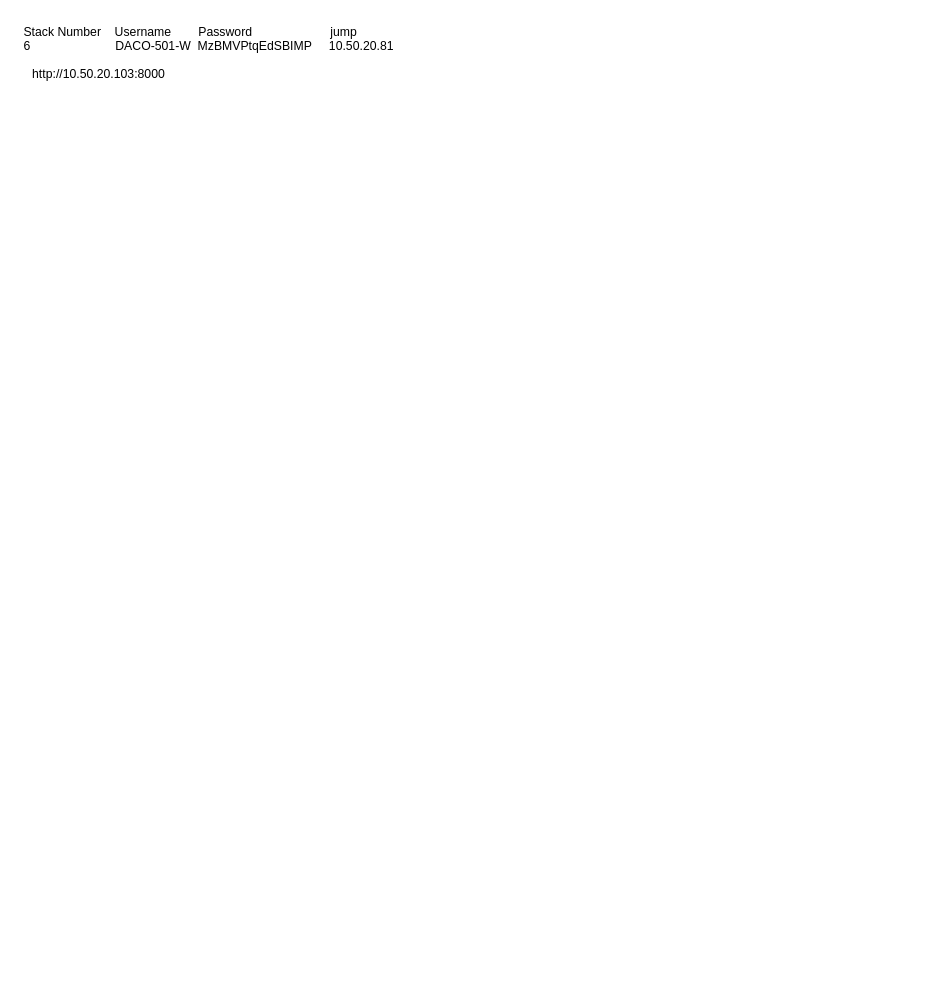
Earlier version of the draw.io diagram CCTCSec-Diagram.drawio (Animate3045/CCTCSec). Source tidied: cells renumbered, new cells numbered last; positions are measured from the earlier drawing's top-left corner, leaving out a move shared by most shapes. Both pictures are drawn from the tidied source at 102%, with x=0, y=0 at pixel (21, 17).
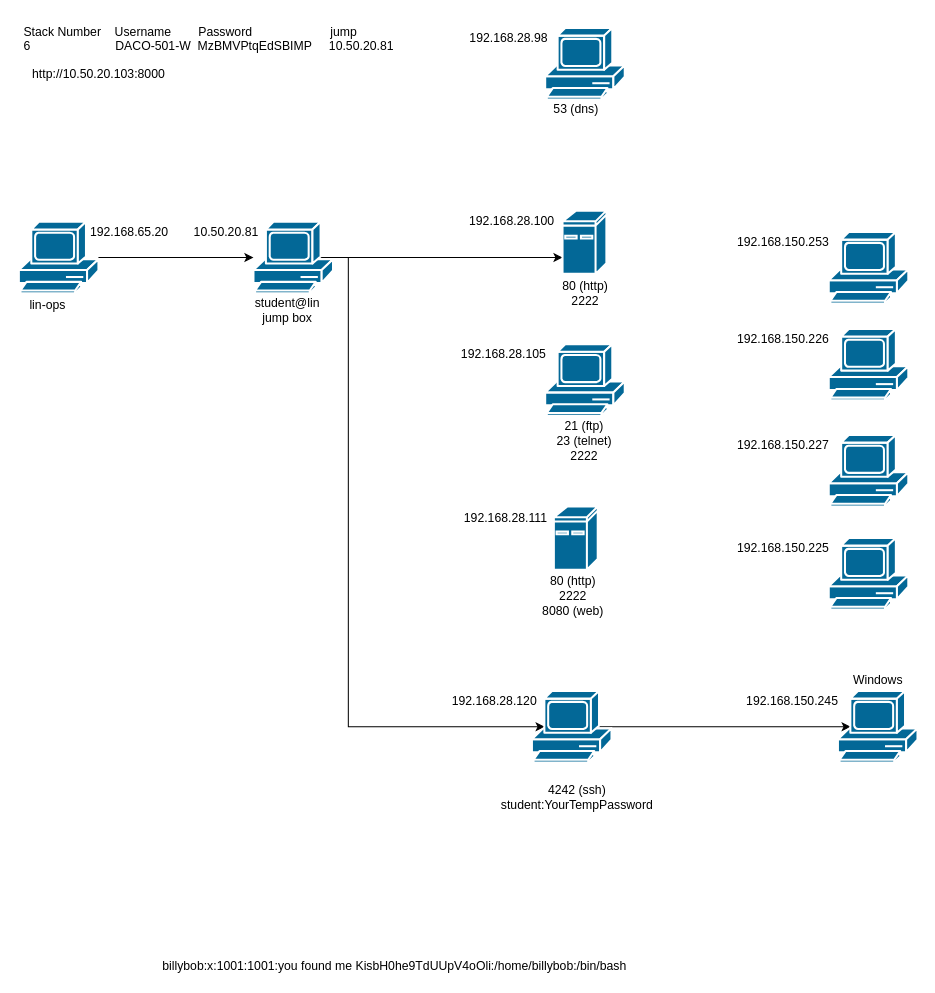
The same diagram, later.

Change to the diagram source:
```diff
@@
+    <mxCell id="4" style="edgeStyle=orthogonalEdgeStyle;rounded=0;jettySize=auto;html=1;" parent="1" edge="1" source="5" target="9">
+      <mxGeometry relative="1" as="geometry" />
+    </mxCell>
+    <mxCell id="5" style="shape=mxgraph.cisco.computers_and_peripherals.pc;html=1;dashed=0;fillColor=#036897;strokeColor=#ffffff;strokeWidth=2;verticalLabelPosition=bottom;verticalAlign=top;align=center;outlineConnect=0;" parent="1" vertex="1">
+      <mxGeometry x="-3" y="200" width="78" height="70" as="geometry" />
+    </mxCell>
+    <mxCell id="6" value="lin-ops" style="text;html=1;align=center;verticalAlign=middle;" parent="1" vertex="1">
+      <mxGeometry y="272" width="50" height="20" as="geometry" />
+    </mxCell>
+    <mxCell id="7" style="edgeStyle=orthogonalEdgeStyle;rounded=0;jettySize=auto;html=1;exitX=0.83;exitY=0.5;exitDx=0;exitDy=0;exitPerimeter=0;" parent="1" edge="1" source="9">
+      <mxGeometry relative="1" as="geometry">
+        <mxPoint x="530" y="235" as="targetPoint" />
+      </mxGeometry>
+    </mxCell>
+    <mxCell id="8" style="edgeStyle=orthogonalEdgeStyle;rounded=0;jettySize=auto;html=1;exitX=0.83;exitY=0.5;exitDx=0;exitDy=0;exitPerimeter=0;entryX=0.16;entryY=0.5;entryDx=0;entryDy=0;entryPerimeter=0;" parent="1" edge="1" source="9" target="26">
+      <mxGeometry relative="1" as="geometry">
+        <Array as="points">
+          <mxPoint x="320" y="235" />
+          <mxPoint x="320" y="695" />
+        </Array>
+      </mxGeometry>
+    </mxCell>
+    <mxCell id="9" style="shape=mxgraph.cisco.computers_and_peripherals.pc;html=1;dashed=0;fillColor=#036897;strokeColor=#ffffff;strokeWidth=2;verticalLabelPosition=bottom;verticalAlign=top;align=center;outlineConnect=0;" parent="1" vertex="1">
+      <mxGeometry x="227" y="200" width="78" height="70" as="geometry" />
+    </mxCell>
+    <mxCell id="10" value="student@lin&lt;br&gt;jump box" style="text;html=1;align=center;verticalAlign=middle;" parent="1" vertex="1">
+      <mxGeometry x="220" y="272" width="80" height="30" as="geometry" />
+    </mxCell>
+    <mxCell id="11" value="192.168.65.20" style="text;html=1;align=center;verticalAlign=middle;" parent="1" vertex="1">
+      <mxGeometry x="60" y="200" width="90" height="20" as="geometry" />
+    </mxCell>
+    <mxCell id="12" value="10.50.20.81" style="text;html=1;align=center;verticalAlign=middle;" parent="1" vertex="1">
+      <mxGeometry x="160" y="200" width="80" height="20" as="geometry" />
+    </mxCell>
+    <mxCell id="13" style="shape=mxgraph.cisco.computers_and_peripherals.ibm_mini_as400;html=1;dashed=0;fillColor=#036897;strokeColor=#ffffff;strokeWidth=2;verticalLabelPosition=bottom;verticalAlign=top;align=center;" parent="1" vertex="1">
+      <mxGeometry x="530" y="189" width="43" height="62" as="geometry" />
+    </mxCell>
+    <mxCell id="14" value="192.168.28.100" style="text;html=1;align=center;verticalAlign=middle;" parent="1" vertex="1">
+      <mxGeometry x="430" y="190" width="100" height="20" as="geometry" />
+    </mxCell>
+    <mxCell id="15" value="80 (http)&lt;br&gt;2222" style="text;html=1;align=center;verticalAlign=middle;" parent="1" vertex="1">
+      <mxGeometry x="521.5" y="255" width="60" height="30" as="geometry" />
+    </mxCell>
+    <mxCell id="16" style="shape=mxgraph.cisco.computers_and_peripherals.pc;html=1;dashed=0;fillColor=#036897;strokeColor=#ffffff;strokeWidth=2;verticalLabelPosition=bottom;verticalAlign=top;align=center;" parent="1" vertex="1">
+      <mxGeometry x="513" y="10" width="78" height="70" as="geometry" />
+    </mxCell>
+    <mxCell id="17" value="192.168.28.98" style="text;html=1;align=center;verticalAlign=middle;" parent="1" vertex="1">
+      <mxGeometry x="431.5" y="10" width="90" height="20" as="geometry" />
+    </mxCell>
+    <mxCell id="18" value="53 (dns)" style="text;html=1;align=center;verticalAlign=middle;" parent="1" vertex="1">
+      <mxGeometry x="513" y="80" width="60" height="20" as="geometry" />
+    </mxCell>
+    <mxCell id="19" style="shape=mxgraph.cisco.computers_and_peripherals.ibm_mini_as400;html=1;dashed=0;fillColor=#036897;strokeColor=#ffffff;strokeWidth=2;verticalLabelPosition=bottom;verticalAlign=top;align=center;" parent="1" vertex="1">
+      <mxGeometry x="521.5" y="479" width="43" height="62" as="geometry" />
+    </mxCell>
+    <mxCell id="20" value="192.168.28.105" style="text;html=1;align=center;verticalAlign=middle;" parent="1" vertex="1">
+      <mxGeometry x="421.5" y="320" width="100" height="20" as="geometry" />
+    </mxCell>
+    <mxCell id="21" style="shape=mxgraph.cisco.computers_and_peripherals.pc;html=1;dashed=0;fillColor=#036897;strokeColor=#ffffff;strokeWidth=2;verticalLabelPosition=bottom;verticalAlign=top;align=center;" parent="1" vertex="1">
+      <mxGeometry x="513" y="320" width="78" height="70" as="geometry" />
+    </mxCell>
+    <mxCell id="22" value="21 (ftp)&lt;br&gt;23 (telnet)&lt;br&gt;2222" style="text;html=1;align=center;verticalAlign=middle;" parent="1" vertex="1">
+      <mxGeometry x="516" y="390" width="70" height="50" as="geometry" />
+    </mxCell>
+    <mxCell id="23" value="192.168.28.111" style="text;html=1;align=center;verticalAlign=middle;" parent="1" vertex="1">
+      <mxGeometry x="424" y="481" width="100" height="20" as="geometry" />
+    </mxCell>
+    <mxCell id="24" value="80 (http)&lt;br&gt;2222&lt;br&gt;8080 (web)" style="text;html=1;align=center;verticalAlign=middle;" parent="1" vertex="1">
+      <mxGeometry x="500" y="542" width="80" height="50" as="geometry" />
+    </mxCell>
+    <mxCell id="25" style="edgeStyle=orthogonalEdgeStyle;rounded=0;jettySize=auto;html=1;exitX=0.83;exitY=0.5;exitDx=0;exitDy=0;exitPerimeter=0;entryX=0.16;entryY=0.5;entryDx=0;entryDy=0;entryPerimeter=0;" parent="1" edge="1" source="26" target="29">
+      <mxGeometry relative="1" as="geometry" />
+    </mxCell>
+    <mxCell id="26" style="shape=mxgraph.cisco.computers_and_peripherals.pc;html=1;dashed=0;fillColor=#036897;strokeColor=#ffffff;strokeWidth=2;verticalLabelPosition=bottom;verticalAlign=top;align=center;outlineConnect=0;" parent="1" vertex="1">
+      <mxGeometry x="500" y="660" width="78" height="70" as="geometry" />
+    </mxCell>
+    <mxCell id="27" value="192.168.28.120" style="text;html=1;align=center;verticalAlign=middle;" parent="1" vertex="1">
+      <mxGeometry x="413" y="660" width="100" height="20" as="geometry" />
+    </mxCell>
+    <mxCell id="28" value="4242 (ssh)&lt;br&gt;student:YourTempPassword" style="text;html=1;align=center;verticalAlign=middle;" parent="1" vertex="1">
+      <mxGeometry x="464" y="749" width="160" height="30" as="geometry" />
+    </mxCell>
+    <mxCell id="29" style="shape=mxgraph.cisco.computers_and_peripherals.pc;html=1;dashed=0;fillColor=#036897;strokeColor=#ffffff;strokeWidth=2;verticalLabelPosition=bottom;verticalAlign=top;align=center;outlineConnect=0;" parent="1" vertex="1">
+      <mxGeometry x="800" y="660" width="78" height="70" as="geometry" />
+    </mxCell>
+    <mxCell id="30" value="Windows" style="text;html=1;align=center;verticalAlign=middle;" parent="1" vertex="1">
+      <mxGeometry x="809" y="640" width="60" height="20" as="geometry" />
+    </mxCell>
+    <mxCell id="31" value="192.168.150.245" style="text;html=1;align=center;verticalAlign=middle;" parent="1" vertex="1">
+      <mxGeometry x="700" y="660" width="110" height="20" as="geometry" />
+    </mxCell>
+    <mxCell id="32" value="192.168.150.225" style="text;html=1;align=center;verticalAlign=middle;" parent="1" vertex="1">
+      <mxGeometry x="691" y="510" width="110" height="20" as="geometry" />
+    </mxCell>
+    <mxCell id="33" style="shape=mxgraph.cisco.computers_and_peripherals.pc;html=1;dashed=0;fillColor=#036897;strokeColor=#ffffff;strokeWidth=2;verticalLabelPosition=bottom;verticalAlign=top;align=center;" parent="1" vertex="1">
+      <mxGeometry x="791" y="510" width="78" height="70" as="geometry" />
+    </mxCell>
+    <mxCell id="34" value="192.168.150.227" style="text;html=1;align=center;verticalAlign=middle;" parent="1" vertex="1">
+      <mxGeometry x="691" y="409" width="110" height="20" as="geometry" />
+    </mxCell>
+    <mxCell id="35" style="shape=mxgraph.cisco.computers_and_peripherals.pc;html=1;dashed=0;fillColor=#036897;strokeColor=#ffffff;strokeWidth=2;verticalLabelPosition=bottom;verticalAlign=top;align=center;" parent="1" vertex="1">
+      <mxGeometry x="791" y="409" width="78" height="70" as="geometry" />
+    </mxCell>
+    <mxCell id="36" value="192.168.150.226" style="text;html=1;align=center;verticalAlign=middle;" parent="1" vertex="1">
+      <mxGeometry x="691" y="305" width="110" height="20" as="geometry" />
+    </mxCell>
+    <mxCell id="37" style="shape=mxgraph.cisco.computers_and_peripherals.pc;html=1;dashed=0;fillColor=#036897;strokeColor=#ffffff;strokeWidth=2;verticalLabelPosition=bottom;verticalAlign=top;align=center;" parent="1" vertex="1">
+      <mxGeometry x="791" y="305" width="78" height="70" as="geometry" />
+    </mxCell>
+    <mxCell id="38" value="192.168.150.253" style="text;html=1;align=center;verticalAlign=middle;" parent="1" vertex="1">
+      <mxGeometry x="691" y="210" width="110" height="20" as="geometry" />
+    </mxCell>
+    <mxCell id="39" style="shape=mxgraph.cisco.computers_and_peripherals.pc;html=1;dashed=0;fillColor=#036897;strokeColor=#ffffff;strokeWidth=2;verticalLabelPosition=bottom;verticalAlign=top;align=center;" parent="1" vertex="1">
+      <mxGeometry x="791" y="210" width="78" height="70" as="geometry" />
+    </mxCell>
+    <mxCell id="40" value="billybob:x:1001:1001:you found me KisbH0he9TdUUpV4oOli:/home/billybob:/bin/bash" style="text;html=1;align=center;verticalAlign=middle;" parent="1" vertex="1">
+      <mxGeometry x="130" y="920" width="470" height="20" as="geometry" />
+    </mxCell>
```
